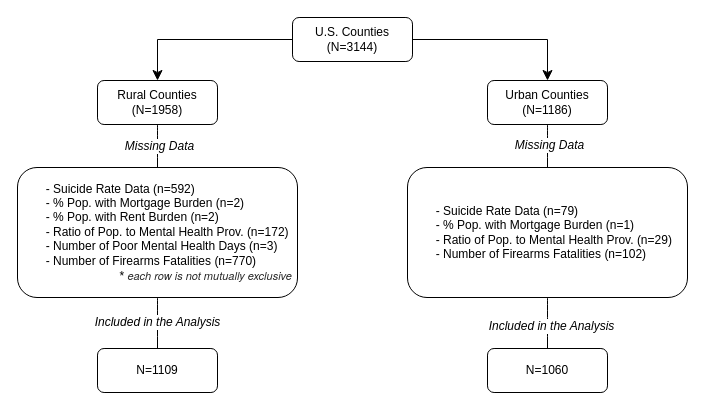
This is SuicideMissingDAta.drawio from dealchre/gradDrawio, a draw.io file, before an edit. Source tidied: cells renumbered, new cells numbered last; positions are measured from the earlier drawing's top-left corner, leaving out a move shared by most shapes. Both pictures are drawn from the tidied source at 100%, with x=0, y=0 at pixel (17, 17).
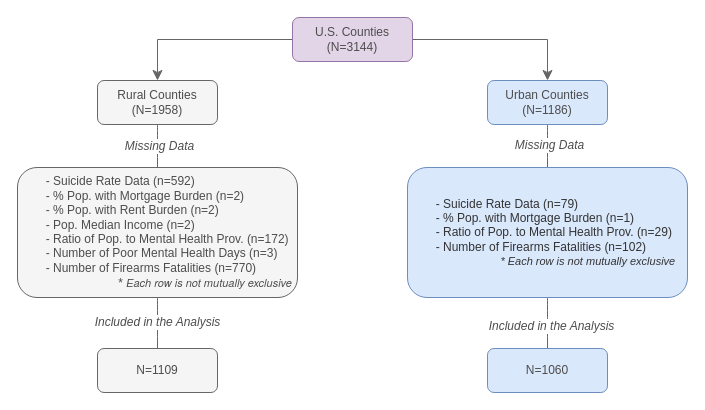
The same diagram, later.

The edit, as a diff of the source:
```diff
@@
 <mxGraphModel>
   <root>
     <mxCell id="0" />
     <mxCell id="1" parent="0" />
-    <mxCell id="2" style="edgeStyle=orthogonalEdgeStyle;rounded=0;jettySize=auto;html=1;exitX=1;exitY=0.5;exitDx=0;exitDy=0;fontSize=12;startSize=8;endSize=8;entryX=0.5;entryY=0;entryDx=0;entryDy=0;flowAnimation=0;" parent="1" edge="1" source="4" target="10">
+    <mxCell id="2" style="edgeStyle=orthogonalEdgeStyle;rounded=0;jettySize=auto;html=1;exitX=1;exitY=0.5;exitDx=0;exitDy=0;fontSize=12;startSize=8;endSize=8;entryX=0.5;entryY=0;entryDx=0;entryDy=0;flowAnimation=0;fontColor=#4D4D4D;strokeColor=#666666;" parent="1" edge="1" source="4" target="10">
       <mxGeometry relative="1" as="geometry" />
     </mxCell>
-    <mxCell id="3" style="edgeStyle=orthogonalEdgeStyle;rounded=0;jettySize=auto;html=1;exitX=0;exitY=0.5;exitDx=0;exitDy=0;entryX=0.5;entryY=0;entryDx=0;entryDy=0;fontSize=12;startSize=8;endSize=8;" parent="1" edge="1" source="4" target="7">
+    <mxCell id="3" style="edgeStyle=orthogonalEdgeStyle;rounded=0;jettySize=auto;html=1;exitX=0;exitY=0.5;exitDx=0;exitDy=0;entryX=0.5;entryY=0;entryDx=0;entryDy=0;fontSize=12;startSize=8;endSize=8;fontColor=#4D4D4D;strokeColor=#666666;" parent="1" edge="1" source="4" target="7">
       <mxGeometry relative="1" as="geometry" />
     </mxCell>
-    <mxCell id="4" value="U.S. Counties&lt;div&gt;(N=3144)&lt;/div&gt;" style="rounded=1;whiteSpace=wrap;html=1;" parent="1" vertex="1">
+    <mxCell id="4" value="U.S. Counties&lt;div&gt;(N=3144)&lt;/div&gt;" style="rounded=1;whiteSpace=wrap;html=1;fillColor=#e1d5e7;strokeColor=#9673a6;fontColor=#4D4D4D;" parent="1" vertex="1">
       <mxGeometry x="275" width="120" height="44" as="geometry" />
     </mxCell>
-    <mxCell id="5" style="edgeStyle=none;curved=1;rounded=0;jettySize=auto;html=1;exitX=0.5;exitY=1;exitDx=0;exitDy=0;entryX=0.5;entryY=0;entryDx=0;entryDy=0;fontSize=12;startSize=8;endSize=8;endArrow=none;endFill=0;" parent="1" edge="1" source="7" target="13">
+    <mxCell id="5" style="edgeStyle=none;curved=1;rounded=0;jettySize=auto;html=1;exitX=0.5;exitY=1;exitDx=0;exitDy=0;entryX=0.5;entryY=0;entryDx=0;entryDy=0;fontSize=12;startSize=8;endSize=8;endArrow=none;endFill=0;fontColor=#4D4D4D;strokeColor=#666666;" parent="1" edge="1" source="7" target="13">
       <mxGeometry relative="1" as="geometry" />
     </mxCell>
-    <mxCell id="6" value="&lt;i&gt;Missing Data&lt;/i&gt;" style="edgeLabel;html=1;align=center;verticalAlign=middle;fontSize=12;" parent="5" vertex="1">
+    <mxCell id="6" value="&lt;i&gt;Missing Data&lt;/i&gt;" style="edgeLabel;html=1;align=center;verticalAlign=middle;fontSize=12;fontColor=#4D4D4D;" parent="5" vertex="1">
       <mxGeometry x="-0.02" y="1" relative="1" as="geometry" />
     </mxCell>
-    <mxCell id="7" value="Rural Counties&lt;div&gt;(N=1958)&lt;/div&gt;" style="rounded=1;whiteSpace=wrap;html=1;" parent="1" vertex="1">
+    <mxCell id="7" value="Rural Counties&lt;div&gt;(N=1958)&lt;/div&gt;" style="rounded=1;whiteSpace=wrap;html=1;fillColor=#f5f5f5;strokeColor=#666666;fontColor=#4D4D4D;" parent="1" vertex="1">
       <mxGeometry x="80" y="63" width="120" height="44" as="geometry" />
     </mxCell>
-    <mxCell id="8" style="edgeStyle=none;curved=1;rounded=0;jettySize=auto;html=1;exitX=0.5;exitY=1;exitDx=0;exitDy=0;entryX=0.5;entryY=0;entryDx=0;entryDy=0;fontSize=12;startSize=8;endSize=8;endArrow=none;endFill=0;" parent="1" edge="1" source="10" target="16">
+    <mxCell id="8" style="edgeStyle=none;curved=1;rounded=0;jettySize=auto;html=1;exitX=0.5;exitY=1;exitDx=0;exitDy=0;entryX=0.5;entryY=0;entryDx=0;entryDy=0;fontSize=12;startSize=8;endSize=8;endArrow=none;endFill=0;fontColor=#4D4D4D;strokeColor=#666666;" parent="1" edge="1" source="10" target="16">
       <mxGeometry relative="1" as="geometry" />
     </mxCell>
-    <mxCell id="9" value="&lt;i&gt;Missing Data&lt;/i&gt;" style="edgeLabel;html=1;align=center;verticalAlign=middle;fontSize=12;" parent="8" vertex="1">
+    <mxCell id="9" value="&lt;i&gt;Missing Data&lt;/i&gt;" style="edgeLabel;html=1;align=center;verticalAlign=middle;fontSize=12;fontColor=#4D4D4D;" parent="8" vertex="1">
       <mxGeometry x="-0.05" y="1" relative="1" as="geometry" />
     </mxCell>
-    <mxCell id="10" value="Urban Counties&lt;div&gt;(N=1186)&lt;/div&gt;" style="rounded=1;whiteSpace=wrap;html=1;" parent="1" vertex="1">
+    <mxCell id="10" value="Urban Counties&lt;div&gt;(N=1186)&lt;/div&gt;" style="rounded=1;whiteSpace=wrap;html=1;fillColor=#dae8fc;strokeColor=#6c8ebf;fontColor=#4D4D4D;" parent="1" vertex="1">
       <mxGeometry x="470" y="63" width="120" height="44" as="geometry" />
     </mxCell>
-    <mxCell id="11" style="edgeStyle=none;curved=1;rounded=0;jettySize=auto;html=1;exitX=0.5;exitY=1;exitDx=0;exitDy=0;entryX=0.5;entryY=0;entryDx=0;entryDy=0;fontSize=12;startSize=8;endSize=8;endArrow=none;endFill=0;" parent="1" edge="1" source="13" target="17">
+    <mxCell id="11" style="edgeStyle=none;curved=1;rounded=0;jettySize=auto;html=1;exitX=0.5;exitY=1;exitDx=0;exitDy=0;entryX=0.5;entryY=0;entryDx=0;entryDy=0;fontSize=12;startSize=8;endSize=8;endArrow=none;endFill=0;fontColor=#4D4D4D;strokeColor=#666666;" parent="1" edge="1" source="13" target="17">
       <mxGeometry relative="1" as="geometry" />
     </mxCell>
-    <mxCell id="12" value="&lt;i&gt;Included in the Analysis&lt;/i&gt;" style="edgeLabel;html=1;align=center;verticalAlign=middle;fontSize=12;" parent="11" vertex="1">
+    <mxCell id="12" value="&lt;i&gt;Included in the Analysis&lt;/i&gt;" style="edgeLabel;html=1;align=center;verticalAlign=middle;fontSize=12;fontColor=#4D4D4D;" parent="11" vertex="1">
       <mxGeometry x="-0.07" y="-1" relative="1" as="geometry" />
     </mxCell>
-    <mxCell id="13" value="&lt;span style=&quot;white-space: pre;&quot;&gt;&#9;&lt;/span&gt;- Suicide Rate Data (n=592)&lt;div&gt;&lt;span style=&quot;white-space: pre;&quot;&gt;&#9;&lt;/span&gt;- % Pop. with Mortgage Burden (n=2)&lt;/div&gt;&lt;div&gt;&lt;span style=&quot;white-space: pre;&quot;&gt;&#9;&lt;/span&gt;- % Pop. with Rent Burden (n=2)&lt;/div&gt;&lt;div&gt;&lt;span style=&quot;white-space: pre;&quot;&gt;&#9;&lt;/span&gt;- Ratio of Pop. to Mental Health Prov. (n=172)&amp;nbsp;&lt;/div&gt;&lt;div&gt;&lt;span style=&quot;white-space: pre;&quot;&gt;&#9;&lt;/span&gt;- Number of Poor Mental Health Days (n=3)&lt;/div&gt;&lt;div&gt;&lt;span style=&quot;white-space: pre;&quot;&gt;&#9;&lt;/span&gt;- Number of Firearms Fatalities (n=770)&lt;/div&gt;&lt;div style=&quot;text-align: right;&quot;&gt;*&amp;nbsp;&lt;span style=&quot;color: rgba(0, 0, 0, 0.85); font-family: &amp;quot;Helvetica Neue&amp;quot;; background-color: transparent;&quot;&gt;&lt;i style=&quot;&quot;&gt;&lt;font style=&quot;font-size: 11px;&quot;&gt;each row is not mutually exclusive&lt;/font&gt;&lt;/i&gt;&lt;/span&gt;&lt;/div&gt;" style="rounded=1;whiteSpace=wrap;html=1;align=left;" parent="1" vertex="1">
+    <mxCell id="13" value="&lt;span style=&quot;white-space: pre;&quot;&gt;&#9;&lt;/span&gt;- Suicide Rate Data (n=592)&lt;div&gt;&lt;span style=&quot;white-space: pre;&quot;&gt;&#9;&lt;/span&gt;- % Pop. with Mortgage Burden (n=2)&lt;/div&gt;&lt;div&gt;&lt;span style=&quot;white-space: pre;&quot;&gt;&#9;&lt;/span&gt;- % Pop. with Rent Burden (n=2)&lt;/div&gt;&lt;div&gt;&lt;span style=&quot;white-space: pre;&quot;&gt;&#9;&lt;/span&gt;- Pop. Median Income (n=2)&lt;br&gt;&lt;/div&gt;&lt;div&gt;&lt;span style=&quot;white-space: pre;&quot;&gt;&#9;&lt;/span&gt;- Ratio of Pop. to Mental Health Prov. (n=172)&amp;nbsp;&lt;/div&gt;&lt;div&gt;&lt;span style=&quot;white-space: pre;&quot;&gt;&#9;&lt;/span&gt;- Number of Poor Mental Health Days (n=3)&lt;/div&gt;&lt;div&gt;&lt;span style=&quot;white-space: pre;&quot;&gt;&#9;&lt;/span&gt;- Number of Firearms Fatalities (n=770)&lt;/div&gt;&lt;div style=&quot;text-align: right;&quot;&gt;*&lt;i&gt; &lt;font style=&quot;font-size: 11px;&quot;&gt;E&lt;/font&gt;&lt;span style=&quot;font-family: &amp;quot;Helvetica Neue&amp;quot;; background-color: transparent;&quot;&gt;&lt;font style=&quot;font-size: 11px;&quot;&gt;ach row is not mutually exclusive&lt;/font&gt;&lt;/span&gt;&lt;/i&gt;&lt;/div&gt;" style="rounded=1;whiteSpace=wrap;html=1;align=left;fillColor=#f5f5f5;strokeColor=#666666;fontColor=#4D4D4D;" parent="1" vertex="1">
       <mxGeometry y="150" width="280" height="130" as="geometry" />
     </mxCell>
-    <mxCell id="14" style="edgeStyle=none;curved=1;rounded=0;jettySize=auto;html=1;exitX=0.5;exitY=1;exitDx=0;exitDy=0;entryX=0.5;entryY=0;entryDx=0;entryDy=0;fontSize=12;startSize=8;endSize=8;endArrow=none;endFill=0;" parent="1" edge="1" source="16" target="18">
+    <mxCell id="14" style="edgeStyle=none;curved=1;rounded=0;jettySize=auto;html=1;exitX=0.5;exitY=1;exitDx=0;exitDy=0;entryX=0.5;entryY=0;entryDx=0;entryDy=0;fontSize=12;startSize=8;endSize=8;endArrow=none;endFill=0;fontColor=#4D4D4D;strokeColor=#666666;" parent="1" edge="1" source="16" target="18">
       <mxGeometry relative="1" as="geometry" />
     </mxCell>
-    <mxCell id="15" value="&lt;i&gt;Included in the Analysis&lt;/i&gt;" style="edgeLabel;html=1;align=center;verticalAlign=middle;fontSize=12;" parent="14" vertex="1">
+    <mxCell id="15" value="&lt;i&gt;Included in the Analysis&lt;/i&gt;" style="edgeLabel;html=1;align=center;verticalAlign=middle;fontSize=12;fontColor=#4D4D4D;" parent="14" vertex="1">
       <mxGeometry x="0.04" y="3" relative="1" as="geometry">
         <mxPoint y="1" as="offset" />
       </mxGeometry>
     </mxCell>
-    <mxCell id="16" value="&lt;span style=&quot;white-space: pre;&quot;&gt;&#9;&lt;/span&gt;- Suicide Rate Data (n=79)&lt;div&gt;&lt;span style=&quot;white-space: pre;&quot;&gt;&#9;&lt;/span&gt;- % Pop. with Mortgage Burden (n=1)&lt;/div&gt;&lt;div&gt;&lt;span style=&quot;white-space: pre;&quot;&gt;&#9;&lt;/span&gt;- Ratio of Pop. to Mental Health Prov. (n=29)&amp;nbsp;&lt;/div&gt;&lt;div&gt;&lt;span style=&quot;white-space: pre;&quot;&gt;&#9;&lt;/span&gt;- Number of Firearms Fatalities (n=102)&lt;/div&gt;" style="rounded=1;whiteSpace=wrap;html=1;align=left;" parent="1" vertex="1">
+    <mxCell id="16" value="&lt;font style=&quot;color: rgb(51, 51, 51);&quot;&gt;&lt;span style=&quot;white-space: pre;&quot;&gt;&#9;&lt;/span&gt;- Suicide Rate Data (n=79)&lt;/font&gt;&lt;div&gt;&lt;font style=&quot;color: rgb(51, 51, 51);&quot;&gt;&lt;span style=&quot;white-space: pre;&quot;&gt;&#9;&lt;/span&gt;- % Pop. with Mortgage Burden (n=1)&lt;/font&gt;&lt;/div&gt;&lt;div&gt;&lt;font style=&quot;color: rgb(51, 51, 51);&quot;&gt;&lt;span style=&quot;white-space: pre;&quot;&gt;&#9;&lt;/span&gt;- Ratio of Pop. to Mental Health Prov. (n=29)&amp;nbsp;&lt;/font&gt;&lt;/div&gt;&lt;div&gt;&lt;font style=&quot;color: rgb(51, 51, 51);&quot;&gt;&lt;span style=&quot;white-space: pre;&quot;&gt;&#9;&lt;/span&gt;- Number of Firearms Fatalities (n=102)&lt;/font&gt;&lt;/div&gt;&lt;div style=&quot;text-align: right;&quot;&gt;&lt;font style=&quot;color: rgb(51, 51, 51);&quot;&gt;&lt;i style=&quot;background-color: transparent;&quot;&gt;&lt;font style=&quot;font-size: 11px;&quot;&gt;*&amp;nbsp;Each row is not mutually exclusive&lt;/font&gt;&lt;/i&gt;&lt;br&gt;&lt;/font&gt;&lt;/div&gt;" style="rounded=1;whiteSpace=wrap;html=1;align=left;fillColor=#dae8fc;strokeColor=#6c8ebf;" parent="1" vertex="1">
       <mxGeometry x="390" y="150" width="280" height="130" as="geometry" />
     </mxCell>
-    <mxCell id="17" value="&lt;div&gt;N=1109&lt;/div&gt;" style="rounded=1;whiteSpace=wrap;html=1;" parent="1" vertex="1">
+    <mxCell id="17" value="&lt;div&gt;N=1109&lt;/div&gt;" style="rounded=1;whiteSpace=wrap;html=1;fillColor=#f5f5f5;strokeColor=#666666;fontColor=#4D4D4D;" parent="1" vertex="1">
       <mxGeometry x="80" y="331" width="120" height="44" as="geometry" />
     </mxCell>
-    <mxCell id="18" value="&lt;div&gt;N=1060&lt;/div&gt;" style="rounded=1;whiteSpace=wrap;html=1;" parent="1" vertex="1">
+    <mxCell id="18" value="&lt;div&gt;N=1060&lt;/div&gt;" style="rounded=1;whiteSpace=wrap;html=1;fillColor=#dae8fc;strokeColor=#6c8ebf;fontColor=#4D4D4D;" parent="1" vertex="1">
       <mxGeometry x="470" y="331" width="120" height="44" as="geometry" />
     </mxCell>
   </root>
 </mxGraphModel>
```
